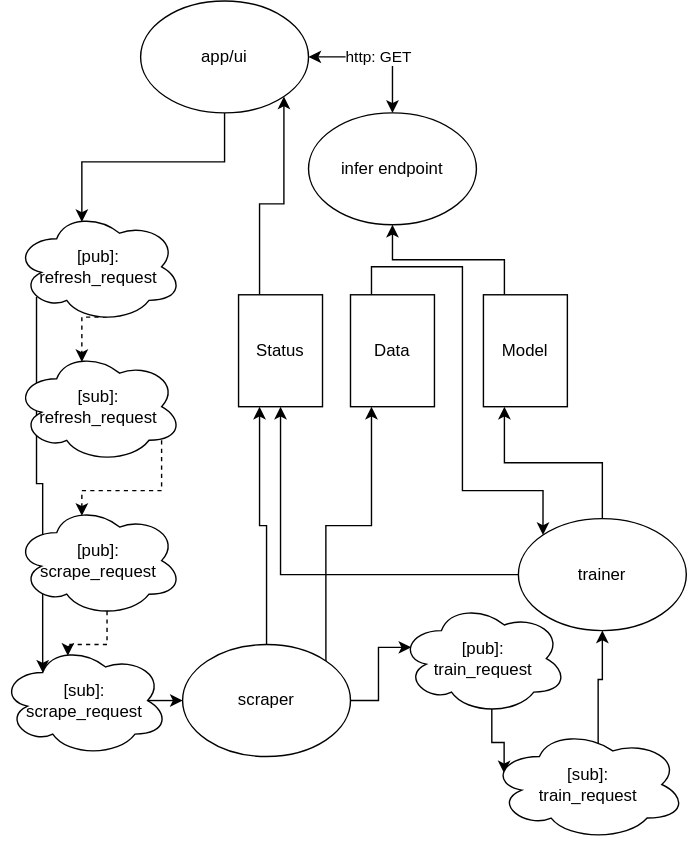
The draw.io diagram Architecture.svg in tianle91/astroturf, before a commit. Source tidied: cells renumbered, new cells last; positions are measured from the earlier drawing's top-left corner, leaving out a move shared by most shapes.
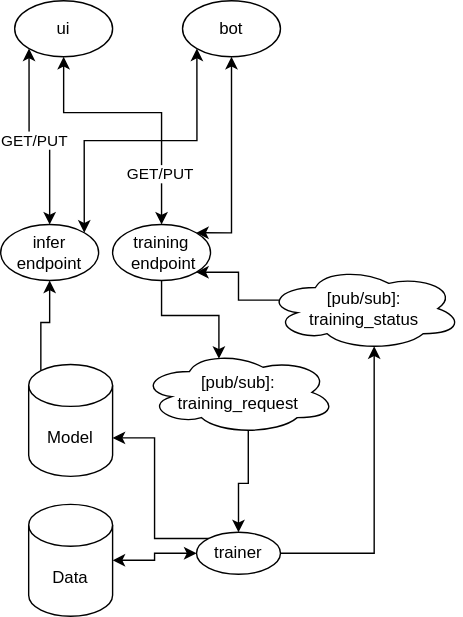
The same file after the commit.

What changed in the source:
```diff
@@ -2,102 +2,82 @@
   <root>
     <mxCell id="0" />
     <mxCell id="1" parent="0" />
-    <mxCell id="2" style="edgeStyle=orthogonalEdgeStyle;rounded=0;jettySize=auto;html=1;exitX=0.25;exitY=0;exitDx=0;exitDy=0;entryX=1;entryY=1;entryDx=0;entryDy=0;" parent="1" edge="1" source="3" target="23">
-      <mxGeometry relative="1" as="geometry" />
-    </mxCell>
-    <mxCell id="3" value="Status" style="shape=cylinder3;whiteSpace=wrap;html=1;boundedLbl=1;backgroundOutline=1;size=15;" parent="1" vertex="1">
-      <mxGeometry x="170" y="210" width="60" height="80" as="geometry" />
-    </mxCell>
-    <mxCell id="4" style="edgeStyle=orthogonalEdgeStyle;rounded=0;jettySize=auto;html=1;exitX=0.25;exitY=0;exitDx=0;exitDy=0;entryX=0;entryY=0;entryDx=0;entryDy=0;startArrow=none;startFill=0;" parent="1" edge="1" source="5" target="31">
-      <mxGeometry relative="1" as="geometry">
-        <Array as="points">
-          <mxPoint x="265" y="190" />
-          <mxPoint x="330" y="190" />
-          <mxPoint x="330" y="350" />
-          <mxPoint x="388" y="350" />
-        </Array>
-      </mxGeometry>
-    </mxCell>
+    <mxCell id="32" style="edgeStyle=orthogonalEdgeStyle;rounded=0;jettySize=auto;html=1;exitX=1;exitY=0.5;exitDx=0;exitDy=0;exitPerimeter=0;entryX=0;entryY=0.5;entryDx=0;entryDy=0;startArrow=classic;startFill=1;" parent="1" edge="1" source="5" target="28">
+      <mxGeometry relative="1" as="geometry" />
+    </mxCell>
     <mxCell id="5" value="Data" style="shape=cylinder3;whiteSpace=wrap;html=1;boundedLbl=1;backgroundOutline=1;size=15;" parent="1" vertex="1">
-      <mxGeometry x="250" y="210" width="60" height="80" as="geometry" />
+      <mxGeometry x="20" y="370" width="60" height="80" as="geometry" />
     </mxCell>
-    <mxCell id="6" style="edgeStyle=orthogonalEdgeStyle;rounded=0;jettySize=auto;html=1;exitX=0.25;exitY=0;exitDx=0;exitDy=0;entryX=0.5;entryY=1;entryDx=0;entryDy=0;" parent="1" edge="1" source="7" target="24">
+    <mxCell id="6" style="edgeStyle=orthogonalEdgeStyle;rounded=0;jettySize=auto;html=1;exitX=0.145;exitY=0;exitDx=0;exitDy=4.35;entryX=0.5;entryY=1;entryDx=0;entryDy=0;exitPerimeter=0;" parent="1" edge="1" source="7" target="24">
       <mxGeometry relative="1" as="geometry" />
     </mxCell>
     <mxCell id="7" value="Model" style="shape=cylinder3;whiteSpace=wrap;html=1;boundedLbl=1;backgroundOutline=1;size=15;" parent="1" vertex="1">
-      <mxGeometry x="345" y="210" width="60" height="80" as="geometry" />
+      <mxGeometry x="20" y="270" width="60" height="80" as="geometry" />
     </mxCell>
-    <mxCell id="8" style="edgeStyle=orthogonalEdgeStyle;rounded=0;jettySize=auto;html=1;exitX=0.55;exitY=0.95;exitDx=0;exitDy=0;exitPerimeter=0;entryX=0.4;entryY=0.1;entryDx=0;entryDy=0;entryPerimeter=0;dashed=1;" parent="1" edge="1" source="10" target="12">
-      <mxGeometry relative="1" as="geometry" />
-    </mxCell>
-    <mxCell id="9" style="edgeStyle=orthogonalEdgeStyle;rounded=0;jettySize=auto;html=1;exitX=0.13;exitY=0.77;exitDx=0;exitDy=0;exitPerimeter=0;entryX=0.25;entryY=0.25;entryDx=0;entryDy=0;entryPerimeter=0;" parent="1" edge="1" source="10" target="16">
-      <mxGeometry relative="1" as="geometry" />
-    </mxCell>
+    <mxCell id="33" style="edgeStyle=orthogonalEdgeStyle;rounded=0;jettySize=auto;html=1;exitX=0.55;exitY=0.95;exitDx=0;exitDy=0;exitPerimeter=0;entryX=0.5;entryY=0;entryDx=0;entryDy=0;startArrow=none;startFill=0;" parent="1" edge="1" source="10" target="28">
+      <mxGeometry relative="1" as="geometry" />
+    </mxCell>
-    <mxCell id="10" value="[pub]: &lt;br&gt;refresh_request" style="ellipse;shape=cloud;whiteSpace=wrap;html=1;" parent="1" vertex="1">
-      <mxGeometry x="10" y="150" width="120" height="80" as="geometry" />
+    <mxCell id="10" value="[pub/sub]: &lt;br&gt;training_request" style="ellipse;shape=cloud;whiteSpace=wrap;html=1;" parent="1" vertex="1">
+      <mxGeometry x="100" y="260" width="140" height="60" as="geometry" />
     </mxCell>
-    <mxCell id="11" style="edgeStyle=orthogonalEdgeStyle;rounded=0;jettySize=auto;html=1;exitX=0.875;exitY=0.5;exitDx=0;exitDy=0;exitPerimeter=0;entryX=0.4;entryY=0.1;entryDx=0;entryDy=0;entryPerimeter=0;dashed=1;" parent="1" edge="1" source="12" target="14">
-      <mxGeometry relative="1" as="geometry" />
-    </mxCell>
-    <mxCell id="12" value="[sub]: &lt;br&gt;refresh_request" style="ellipse;shape=cloud;whiteSpace=wrap;html=1;" parent="1" vertex="1">
-      <mxGeometry x="10" y="250" width="120" height="80" as="geometry" />
-    </mxCell>
-    <mxCell id="13" style="edgeStyle=orthogonalEdgeStyle;rounded=0;jettySize=auto;html=1;exitX=0.55;exitY=0.95;exitDx=0;exitDy=0;exitPerimeter=0;entryX=0.4;entryY=0.1;entryDx=0;entryDy=0;entryPerimeter=0;dashed=1;" parent="1" edge="1" source="14" target="16">
-      <mxGeometry relative="1" as="geometry" />
-    </mxCell>
-    <mxCell id="14" value="[pub]: &lt;br&gt;scrape_request" style="ellipse;shape=cloud;whiteSpace=wrap;html=1;" parent="1" vertex="1">
-      <mxGeometry x="10" y="360" width="120" height="80" as="geometry" />
-    </mxCell>
-    <mxCell id="15" style="edgeStyle=orthogonalEdgeStyle;rounded=0;jettySize=auto;html=1;exitX=0.875;exitY=0.5;exitDx=0;exitDy=0;exitPerimeter=0;entryX=0;entryY=0.5;entryDx=0;entryDy=0;startArrow=none;startFill=0;" parent="1" edge="1" source="16" target="28">
-      <mxGeometry relative="1" as="geometry" />
-    </mxCell>
-    <mxCell id="16" value="[sub]: &lt;br&gt;scrape_request" style="ellipse;shape=cloud;whiteSpace=wrap;html=1;" parent="1" vertex="1">
-      <mxGeometry y="460" width="120" height="80" as="geometry" />
-    </mxCell>
-    <mxCell id="17" style="edgeStyle=orthogonalEdgeStyle;rounded=0;jettySize=auto;html=1;exitX=0.55;exitY=0.95;exitDx=0;exitDy=0;exitPerimeter=0;entryX=0.07;entryY=0.4;entryDx=0;entryDy=0;entryPerimeter=0;" parent="1" edge="1" source="18" target="20">
-      <mxGeometry relative="1" as="geometry" />
-    </mxCell>
-    <mxCell id="18" value="[pub]: &lt;br&gt;train_request" style="ellipse;shape=cloud;whiteSpace=wrap;html=1;" parent="1" vertex="1">
-      <mxGeometry x="285" y="430" width="120" height="80" as="geometry" />
-    </mxCell>
-    <mxCell id="19" style="edgeStyle=orthogonalEdgeStyle;rounded=0;jettySize=auto;html=1;exitX=0.55;exitY=0.95;exitDx=0;exitDy=0;exitPerimeter=0;" parent="1" edge="1" source="20" target="31">
-      <mxGeometry relative="1" as="geometry" />
-    </mxCell>
-    <mxCell id="20" value="[sub]: &lt;br&gt;train_request" style="ellipse;shape=cloud;whiteSpace=wrap;html=1;" parent="1" vertex="1">
-      <mxGeometry x="350" y="520" width="140" height="80" as="geometry" />
-    </mxCell>
-    <mxCell id="21" value="http: GET" style="edgeStyle=orthogonalEdgeStyle;rounded=0;jettySize=auto;html=1;exitX=1;exitY=0.5;exitDx=0;exitDy=0;entryX=0.5;entryY=0;entryDx=0;entryDy=0;startArrow=classic;startFill=1;" parent="1" edge="1" source="23" target="24">
+    <mxCell id="21" value="GET/PUT" style="edgeStyle=orthogonalEdgeStyle;rounded=0;jettySize=auto;html=1;exitX=0;exitY=1;exitDx=0;exitDy=0;entryX=0.5;entryY=0;entryDx=0;entryDy=0;startArrow=classic;startFill=1;" parent="1" edge="1" source="23" target="24">
       <mxGeometry relative="1" as="geometry" />
     </mxCell>
-    <mxCell id="22" style="edgeStyle=orthogonalEdgeStyle;rounded=0;jettySize=auto;html=1;exitX=0.5;exitY=1;exitDx=0;exitDy=0;entryX=0.4;entryY=0.1;entryDx=0;entryDy=0;entryPerimeter=0;" parent="1" edge="1" source="23" target="10">
-      <mxGeometry relative="1" as="geometry" />
-    </mxCell>
-    <mxCell id="23" value="app/ui" style="ellipse;whiteSpace=wrap;html=1;" parent="1" vertex="1">
-      <mxGeometry x="100" width="120" height="80" as="geometry" />
+    <mxCell id="23" value="ui" style="ellipse;whiteSpace=wrap;html=1;" parent="1" vertex="1">
+      <mxGeometry x="10" y="10" width="70" height="40" as="geometry" />
     </mxCell>
+    <mxCell id="34" style="edgeStyle=orthogonalEdgeStyle;rounded=0;jettySize=auto;html=1;exitX=1;exitY=0;exitDx=0;exitDy=0;entryX=0;entryY=1;entryDx=0;entryDy=0;startArrow=classic;startFill=1;" parent="1" edge="1" source="24" target="44">
+      <mxGeometry relative="1" as="geometry">
+        <Array as="points">
+          <mxPoint x="60" y="110" />
+          <mxPoint x="140" y="110" />
+        </Array>
+      </mxGeometry>
+    </mxCell>
     <mxCell id="24" value="infer endpoint" style="ellipse;whiteSpace=wrap;html=1;" parent="1" vertex="1">
-      <mxGeometry x="220" y="80" width="120" height="80" as="geometry" />
+      <mxGeometry y="170" width="70" height="40" as="geometry" />
     </mxCell>
-    <mxCell id="25" style="edgeStyle=orthogonalEdgeStyle;rounded=0;jettySize=auto;html=1;exitX=1;exitY=0.5;exitDx=0;exitDy=0;entryX=0.07;entryY=0.4;entryDx=0;entryDy=0;entryPerimeter=0;" parent="1" edge="1" source="28" target="18">
-      <mxGeometry relative="1" as="geometry" />
-    </mxCell>
-    <mxCell id="26" style="edgeStyle=orthogonalEdgeStyle;rounded=0;jettySize=auto;html=1;entryX=0.25;entryY=1;entryDx=0;entryDy=0;exitX=0.5;exitY=0;exitDx=0;exitDy=0;" parent="1" edge="1" source="28" target="3">
-      <mxGeometry relative="1" as="geometry" />
-    </mxCell>
-    <mxCell id="27" style="edgeStyle=orthogonalEdgeStyle;rounded=0;jettySize=auto;html=1;exitX=1;exitY=0;exitDx=0;exitDy=0;entryX=0.25;entryY=1;entryDx=0;entryDy=0;startArrow=none;startFill=0;" parent="1" edge="1" source="28" target="5">
-      <mxGeometry relative="1" as="geometry" />
-    </mxCell>
+    <mxCell id="35" style="edgeStyle=orthogonalEdgeStyle;rounded=0;jettySize=auto;html=1;exitX=0;exitY=0;exitDx=0;exitDy=0;entryX=1;entryY=0;entryDx=0;entryDy=52.5;entryPerimeter=0;startArrow=none;startFill=0;" parent="1" edge="1" source="28" target="7">
+      <mxGeometry relative="1" as="geometry" />
+    </mxCell>
+    <mxCell id="36" style="edgeStyle=orthogonalEdgeStyle;rounded=0;jettySize=auto;html=1;exitX=1;exitY=0.5;exitDx=0;exitDy=0;entryX=0.55;entryY=0.95;entryDx=0;entryDy=0;entryPerimeter=0;startArrow=none;startFill=0;" parent="1" edge="1" source="28" target="43">
+      <mxGeometry relative="1" as="geometry" />
+    </mxCell>
-    <mxCell id="28" value="scraper" style="ellipse;whiteSpace=wrap;html=1;" parent="1" vertex="1">
-      <mxGeometry x="130" y="460" width="120" height="80" as="geometry" />
+    <mxCell id="28" value="trainer" style="ellipse;whiteSpace=wrap;html=1;" parent="1" vertex="1">
+      <mxGeometry x="140" y="390" width="60" height="30" as="geometry" />
     </mxCell>
-    <mxCell id="29" style="edgeStyle=orthogonalEdgeStyle;rounded=0;jettySize=auto;html=1;exitX=0.5;exitY=0;exitDx=0;exitDy=0;entryX=0.25;entryY=1;entryDx=0;entryDy=0;" parent="1" edge="1" source="31" target="7">
-      <mxGeometry relative="1" as="geometry" />
-    </mxCell>
-    <mxCell id="30" style="edgeStyle=orthogonalEdgeStyle;rounded=0;jettySize=auto;html=1;exitX=0;exitY=0.5;exitDx=0;exitDy=0;entryX=0.5;entryY=1;entryDx=0;entryDy=0;" parent="1" edge="1" source="31" target="3">
-      <mxGeometry relative="1" as="geometry" />
-    </mxCell>
-    <mxCell id="31" value="trainer" style="ellipse;whiteSpace=wrap;html=1;" parent="1" vertex="1">
-      <mxGeometry x="370" y="370" width="120" height="80" as="geometry" />
-    </mxCell>
+    <mxCell id="37" style="edgeStyle=orthogonalEdgeStyle;rounded=0;jettySize=auto;html=1;exitX=0.5;exitY=0;exitDx=0;exitDy=0;entryX=0.5;entryY=1;entryDx=0;entryDy=0;startArrow=classic;startFill=1;" parent="1" edge="1" source="41" target="23">
+      <mxGeometry relative="1" as="geometry">
+        <Array as="points">
+          <mxPoint x="115" y="90" />
+          <mxPoint x="45" y="90" />
+        </Array>
+      </mxGeometry>
+    </mxCell>
+    <mxCell id="38" value="GET/PUT" style="edgeLabel;html=1;align=center;verticalAlign=middle;" parent="37" vertex="1">
+      <mxGeometry x="-0.61" y="2" relative="1" as="geometry" />
+    </mxCell>
+    <mxCell id="39" style="edgeStyle=orthogonalEdgeStyle;rounded=0;jettySize=auto;html=1;exitX=0.5;exitY=1;exitDx=0;exitDy=0;entryX=0.4;entryY=0.1;entryDx=0;entryDy=0;entryPerimeter=0;startArrow=none;startFill=0;" parent="1" edge="1" source="41" target="10">
+      <mxGeometry relative="1" as="geometry" />
+    </mxCell>
+    <mxCell id="40" style="edgeStyle=orthogonalEdgeStyle;rounded=0;jettySize=auto;html=1;exitX=1;exitY=0;exitDx=0;exitDy=0;entryX=0.5;entryY=1;entryDx=0;entryDy=0;startArrow=classic;startFill=1;" parent="1" edge="1" source="41" target="44">
+      <mxGeometry relative="1" as="geometry">
+        <Array as="points">
+          <mxPoint x="165" y="176" />
+        </Array>
+      </mxGeometry>
+    </mxCell>
+    <mxCell id="41" value="training&lt;br&gt;&amp;nbsp;endpoint" style="ellipse;whiteSpace=wrap;html=1;" parent="1" vertex="1">
+      <mxGeometry x="80" y="170" width="70" height="40" as="geometry" />
+    </mxCell>
+    <mxCell id="42" style="edgeStyle=orthogonalEdgeStyle;rounded=0;jettySize=auto;html=1;exitX=0.07;exitY=0.4;exitDx=0;exitDy=0;exitPerimeter=0;entryX=1;entryY=1;entryDx=0;entryDy=0;startArrow=none;startFill=0;" parent="1" edge="1" source="43" target="41">
+      <mxGeometry relative="1" as="geometry" />
+    </mxCell>
+    <mxCell id="43" value="[pub/sub]: &lt;br&gt;training_status" style="ellipse;shape=cloud;whiteSpace=wrap;html=1;" parent="1" vertex="1">
+      <mxGeometry x="190" y="200" width="140" height="60" as="geometry" />
+    </mxCell>
+    <mxCell id="44" value="bot" style="ellipse;whiteSpace=wrap;html=1;" parent="1" vertex="1">
+      <mxGeometry x="130" y="10" width="70" height="40" as="geometry" />
+    </mxCell>
   </root>
 </mxGraphModel>
```
